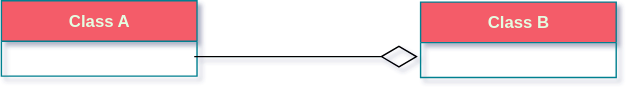
Above: uml/img/juhe.svg in fanyixuanf/rhca (draw.io), before the change. Source tidied: cells renumbered, new cells last; positions are measured from the earlier drawing's top-left corner, leaving out a move shared by most shapes.
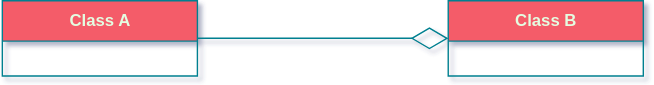
After the change.

The edit, as a diff of the source:
```diff
@@ -2,17 +2,16 @@
   <root>
     <mxCell id="0" />
     <mxCell id="1" parent="0" />
-    <mxCell id="2" value="Class A" style="swimlane;fontStyle=1;align=center;verticalAlign=middle;horizontal=1;startSize=29;html=1;fillColor=#F45B69;strokeColor=#028090;fontColor=#E4FDE1;" parent="1" vertex="1">
-      <mxGeometry width="140" height="54" as="geometry" />
+    <mxCell id="2" value="Class A" style="swimlane;fontStyle=1;align=center;verticalAlign=middle;horizontal=1;startSize=29;html=1;rounded=0;sketch=0;fontColor=#E4FDE1;strokeColor=#028090;fillColor=#F45B69;" parent="1" vertex="1">
+      <mxGeometry x="-42" width="140" height="54" as="geometry" />
     </mxCell>
-    <mxCell id="3" value="Class B" style="swimlane;fontStyle=1;align=center;verticalAlign=middle;horizontal=1;startSize=29;html=1;fillColor=#F45B69;strokeColor=#028090;fontColor=#E4FDE1;" parent="1" vertex="1">
-      <mxGeometry x="300" y="1" width="140" height="54" as="geometry" />
+    <mxCell id="3" value="Class B" style="swimlane;fontStyle=1;align=center;verticalAlign=middle;horizontal=1;startSize=29;html=1;rounded=0;sketch=0;fontColor=#E4FDE1;strokeColor=#028090;fillColor=#F45B69;" parent="1" vertex="1">
+      <mxGeometry x="278" width="140" height="54" as="geometry" />
     </mxCell>
-    <mxCell id="4" style="endArrow=diamondThin;endFill=0;endSize=24;html=1;rounded=0;" parent="1" edge="1">
-      <mxGeometry relative="1" as="geometry">
-        <mxPoint x="138" y="40" as="sourcePoint" />
-        <mxPoint x="298" y="40" as="targetPoint" />
-      </mxGeometry>
-    </mxCell>
+    <mxCell id="5" style="endArrow=diamondThin;endFill=0;endSize=24;html=1;rounded=1;sketch=0;fontColor=#E4FDE1;strokeColor=#028090;fillColor=#F45B69;curved=0;entryX=0;entryY=0.5;entryDx=0;entryDy=0;" parent="1" edge="1" target="3">
+      <mxGeometry relative="1" as="geometry">
+        <mxPoint x="98" y="27" as="sourcePoint" />
+      </mxGeometry>
+    </mxCell>
   </root>
 </mxGraphModel>
```
